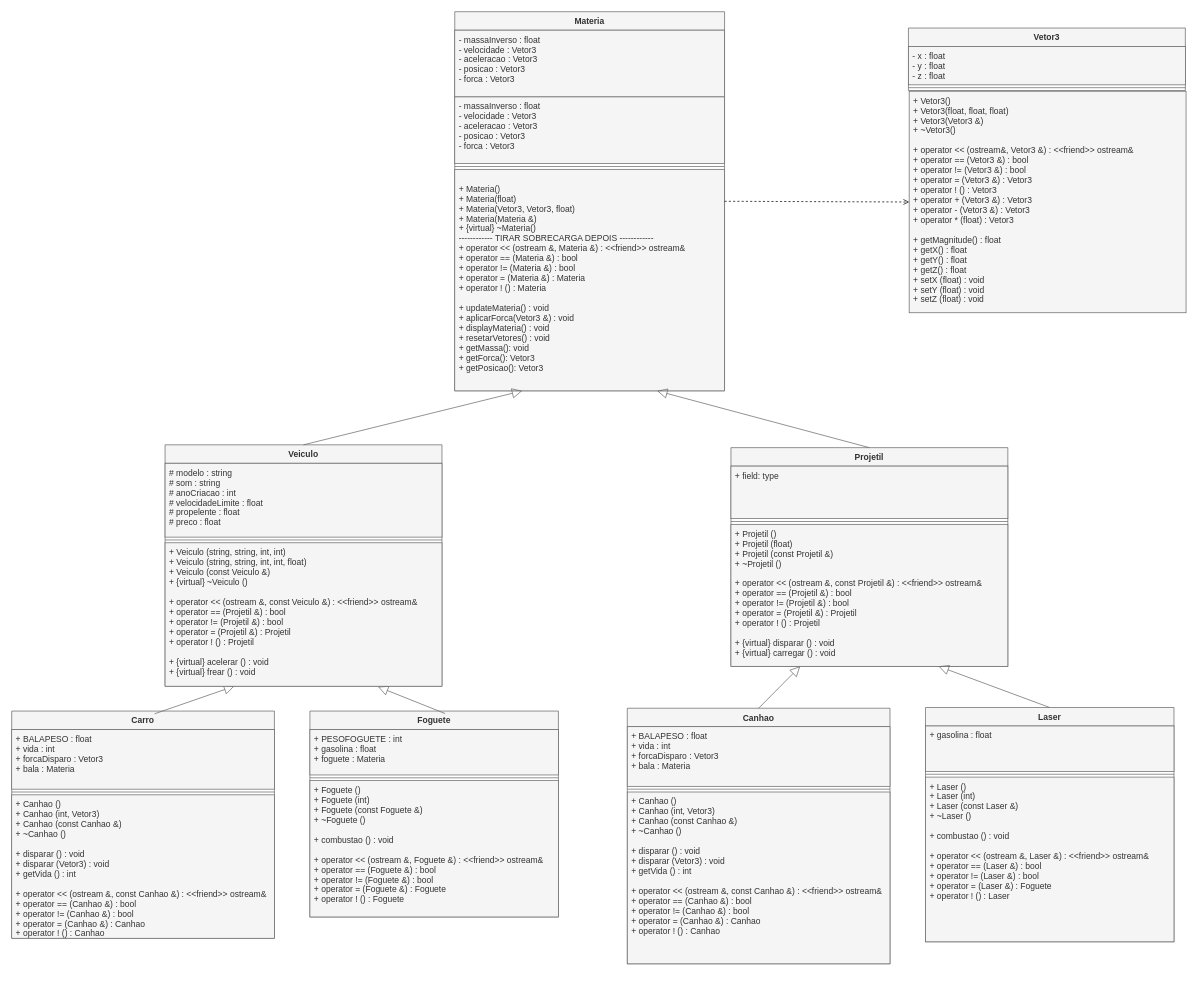
The draw.io diagram diagrama de classes engine.drawio in BrunoEiki/EngineFisica, before the edit. Source tidied: cells renumbered, new cells numbered last; positions are measured from the earlier drawing's top-left corner, leaving out a move shared by most shapes. Both pictures are drawn from the tidied source at 71%, with x=0, y=0 at pixel (11, 11).
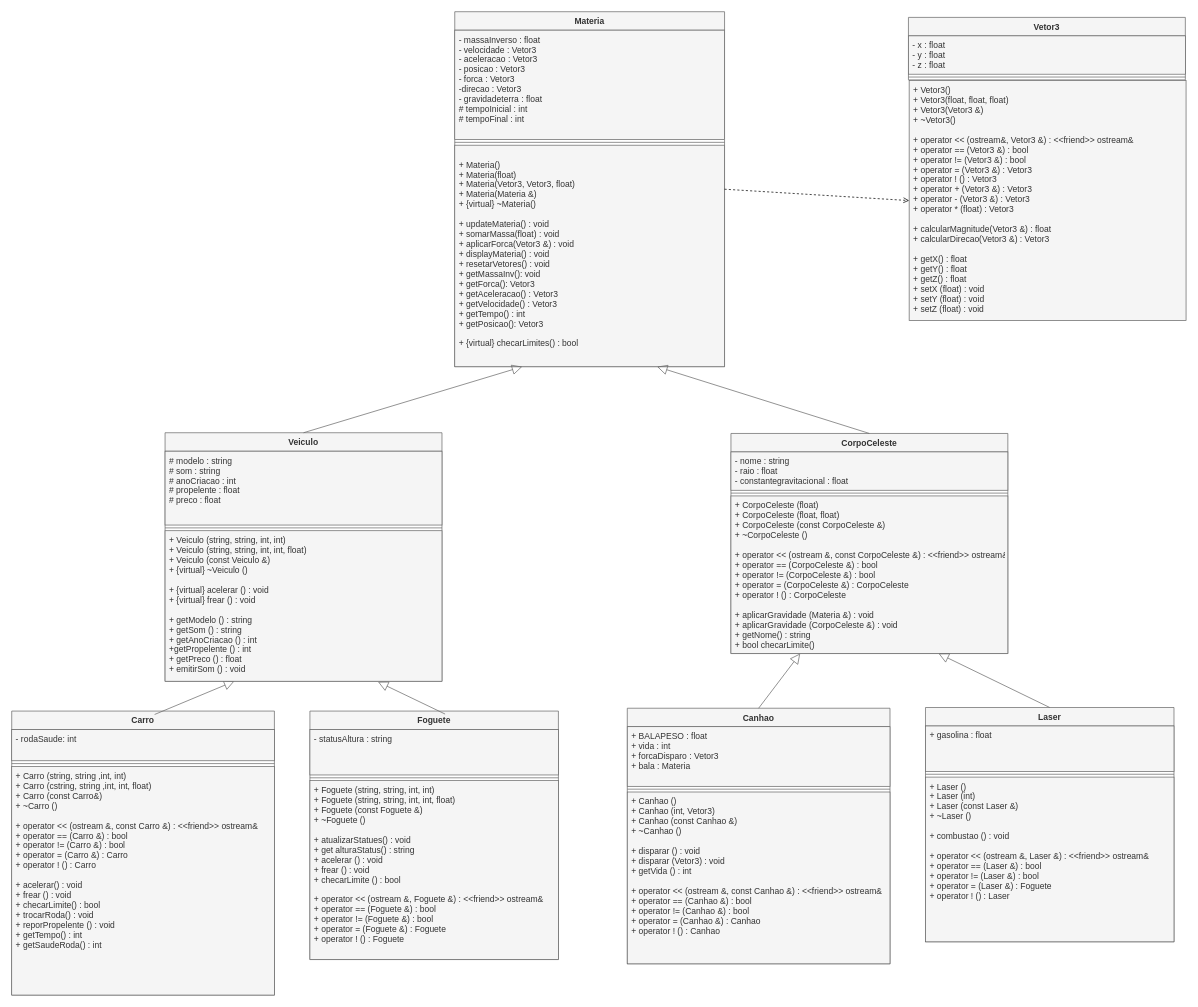
The same page after the edit.

The edit, as a diff of the source:
```diff
@@
     <mxCell id="2" value="Vetor3" style="swimlane;fontStyle=1;align=center;verticalAlign=top;horizontal=1;startSize=26;fillColor=#f5f5f5;fontColor=#333333;strokeColor=#666666;" parent="1" vertex="1">
-      <mxGeometry x="1263" y="23" width="390" height="88" as="geometry" />
+      <mxGeometry x="1263" y="8" width="390" height="88" as="geometry" />
     </mxCell>
@@
     <mxCell id="5" value="Materia&#10;" style="swimlane;fontStyle=1;align=center;verticalAlign=top;horizontal=1;startSize=26;fillColor=#f5f5f5;fontColor=#333333;strokeColor=#666666;" parent="1" vertex="1">
-      <mxGeometry x="624" width="380" height="534" as="geometry" />
+      <mxGeometry x="624" width="380" height="500" as="geometry" />
     </mxCell>
-    <mxCell id="6" value="- massaInverso : float&#10;- velocidade : Vetor3 &#10;- aceleracao : Vetor3&#10;- posicao : Vetor3&#10;- forca : Vetor3" style="text;strokeColor=#666666;fillColor=#f5f5f5;align=left;verticalAlign=top;spacingLeft=4;spacingRight=4;overflow=hidden;fontColor=#333333;" parent="5" vertex="1">
-      <mxGeometry y="26" width="380" height="94" as="geometry" />
+    <mxCell id="6" value="- massaInverso : float&#10;- velocidade : Vetor3 &#10;- aceleracao : Vetor3&#10;- posicao : Vetor3&#10;- forca : Vetor3&#10;-direcao : Vetor3&#10;- gravidadeterra : float&#10;# tempoInicial : int&#10;# tempoFinal : int" style="text;strokeColor=#666666;fillColor=#f5f5f5;align=left;verticalAlign=top;spacingLeft=4;spacingRight=4;overflow=hidden;fontColor=#333333;" parent="5" vertex="1">
+      <mxGeometry y="26" width="380" height="154" as="geometry" />
     </mxCell>
-    <mxCell id="7" value="- massaInverso : float&#10;- velocidade : Vetor3 &#10;- aceleracao : Vetor3&#10;- posicao : Vetor3&#10;- forca : Vetor3" style="text;strokeColor=#666666;fillColor=#f5f5f5;align=left;verticalAlign=top;spacingLeft=4;spacingRight=4;overflow=hidden;fontColor=#333333;" parent="5" vertex="1">
-      <mxGeometry y="120" width="380" height="94" as="geometry" />
-    </mxCell>
     <mxCell id="8" style="line;strokeWidth=1;fillColor=#f5f5f5;align=left;verticalAlign=middle;spacingTop=-1;spacingLeft=3;spacingRight=3;labelPosition=right;strokeColor=#666666;fontColor=#333333;" parent="5" vertex="1">
-      <mxGeometry y="214" width="380" height="8" as="geometry" />
+      <mxGeometry y="180" width="380" height="8" as="geometry" />
     </mxCell>
-    <mxCell id="9" value="&#10;+ Materia()&#10;+ Materia(float)   &#10;+ Materia(Vetor3, Vetor3, float)&#10;+ Materia(Materia &amp;)&#10;+ {virtual} ~Materia()&#10;------------ TIRAR SOBRECARGA DEPOIS ------------&#10;+ operator &lt;&lt; (ostream &amp;, Materia &amp;) : &lt;&lt;friend&gt;&gt; ostream&amp;&#10;+ operator == (Materia &amp;) : bool &#10;+ operator != (Materia &amp;) : bool &#10;+ operator = (Materia &amp;) : Materia&#10;+ operator ! () : Materia&#10;&#10;+ updateMateria() : void&#10;+ aplicarForca(Vetor3 &amp;) : void&#10;+ displayMateria() : void&#10;+ resetarVetores() : void&#10;+ getMassa(): void&#10;+ getForca(): Vetor3&#10;+ getPosicao(): Vetor3&#10;&#10;&#10;&#10;" style="text;strokeColor=#666666;fillColor=#f5f5f5;align=left;verticalAlign=top;spacingLeft=4;spacingRight=4;overflow=hidden;fontColor=#333333;" parent="5" vertex="1">
-      <mxGeometry y="222" width="380" height="312" as="geometry" />
+    <mxCell id="9" value="&#10;+ Materia()&#10;+ Materia(float)   &#10;+ Materia(Vetor3, Vetor3, float)&#10;+ Materia(Materia &amp;)&#10;+ {virtual} ~Materia()&#10;&#10;+ updateMateria() : void&#10;+ somarMassa(float) : void&#10;+ aplicarForca(Vetor3 &amp;) : void&#10;+ displayMateria() : void&#10;+ resetarVetores() : void&#10;+ getMassaInv(): void&#10;+ getForca(): Vetor3&#10;+ getAceleracao() : Vetor3&#10;+ getVelocidade() : Vetor3&#10;+ getTempo() : int&#10;+ getPosicao(): Vetor3&#10;&#10;+ {virtual} checarLimites() : bool&#10;&#10;" style="text;strokeColor=#666666;fillColor=#f5f5f5;align=left;verticalAlign=top;spacingLeft=4;spacingRight=4;overflow=hidden;fontColor=#333333;" parent="5" vertex="1">
+      <mxGeometry y="188" width="380" height="312" as="geometry" />
     </mxCell>
     <mxCell id="10" value="Carro" style="swimlane;fontStyle=1;align=center;verticalAlign=top;horizontal=1;startSize=26;fillColor=#f5f5f5;fontColor=#333333;strokeColor=#666666;" parent="1" vertex="1">
-      <mxGeometry y="985" width="370" height="320" as="geometry" />
+      <mxGeometry y="985" width="370" height="400" as="geometry" />
     </mxCell>
-    <mxCell id="11" value="+ BALAPESO : float &#10;+ vida : int&#10;+ forcaDisparo : Vetor3&#10;+ bala : Materia" style="text;strokeColor=#666666;fillColor=#f5f5f5;align=left;verticalAlign=top;spacingLeft=4;spacingRight=4;overflow=hidden;fontColor=#333333;" parent="10" vertex="1">
-      <mxGeometry y="26" width="370" height="84" as="geometry" />
+    <mxCell id="11" value="- rodaSaude: int" style="text;strokeColor=#666666;fillColor=#f5f5f5;align=left;verticalAlign=top;spacingLeft=4;spacingRight=4;overflow=hidden;fontColor=#333333;" parent="10" vertex="1">
+      <mxGeometry y="26" width="370" height="44" as="geometry" />
     </mxCell>
     <mxCell id="12" style="line;strokeWidth=1;fillColor=#f5f5f5;align=left;verticalAlign=middle;spacingTop=-1;spacingLeft=3;spacingRight=3;labelPosition=right;strokeColor=#666666;fontColor=#333333;" parent="10" vertex="1">
-      <mxGeometry y="110" width="370" height="8" as="geometry" />
+      <mxGeometry y="70" width="370" height="8" as="geometry" />
     </mxCell>
-    <mxCell id="13" value="+ Canhao () &#10;+ Canhao (int, Vetor3)&#10;+ Canhao (const Canhao &amp;)&#10;+ ~Canhao ()&#10;&#10;+ disparar () : void&#10;+ disparar (Vetor3) : void&#10;+ getVida () : int&#10;&#10;+ operator &lt;&lt; (ostream &amp;, const Canhao &amp;) : &lt;&lt;friend&gt;&gt; ostream&amp;&#10;+ operator == (Canhao &amp;) : bool&#10;+ operator != (Canhao &amp;) : bool&#10;+ operator = (Canhao &amp;) : Canhao&#10;+ operator ! () : Canhao" style="text;strokeColor=#666666;fillColor=#f5f5f5;align=left;verticalAlign=top;spacingLeft=4;spacingRight=4;overflow=hidden;fontColor=#333333;" parent="10" vertex="1">
-      <mxGeometry y="118" width="370" height="202" as="geometry" />
+    <mxCell id="13" value="+ Carro (string, string ,int, int)&#10;+ Carro (cstring, string ,int, int, float)&#10;+ Carro (const Carro&amp;)&#10;+ ~Carro ()&#10;&#10;+ operator &lt;&lt; (ostream &amp;, const Carro &amp;) : &lt;&lt;friend&gt;&gt; ostream&amp;&#10;+ operator == (Carro &amp;) : bool&#10;+ operator != (Carro &amp;) : bool&#10;+ operator = (Carro &amp;) : Carro&#10;+ operator ! () : Carro&#10;&#10;+ acelerar() : void &#10;+ frear () : void&#10;+ checarLimite() : bool&#10;+ trocarRoda() : void&#10;+ reporPropelente () : void&#10;+ getTempo() : int&#10;+ getSaudeRoda() : int&#10;&#10;&#10;&#10;&#10;" style="text;strokeColor=#666666;fillColor=#f5f5f5;align=left;verticalAlign=top;spacingLeft=4;spacingRight=4;overflow=hidden;fontColor=#333333;" parent="10" vertex="1">
+      <mxGeometry y="78" width="370" height="322" as="geometry" />
     </mxCell>
@@
     <mxCell id="15" value="Foguete" style="swimlane;fontStyle=1;align=center;verticalAlign=top;horizontal=1;startSize=26;fillColor=#f5f5f5;fontColor=#333333;strokeColor=#666666;" parent="1" vertex="1">
-      <mxGeometry x="420" y="985" width="350" height="290" as="geometry" />
+      <mxGeometry x="420" y="985" width="350" height="350" as="geometry" />
     </mxCell>
-    <mxCell id="16" value="+ PESOFOGUETE : int &#10;+ gasolina : float&#10;+ foguete : Materia" style="text;strokeColor=#666666;fillColor=#f5f5f5;align=left;verticalAlign=top;spacingLeft=4;spacingRight=4;overflow=hidden;fontColor=#333333;" parent="15" vertex="1">
+    <mxCell id="16" value="- statusAltura : string" style="text;strokeColor=#666666;fillColor=#f5f5f5;align=left;verticalAlign=top;spacingLeft=4;spacingRight=4;overflow=hidden;fontColor=#333333;" parent="15" vertex="1">
       <mxGeometry y="26" width="350" height="64" as="geometry" />
     </mxCell>
@@
-    <mxCell id="18" value="+ Foguete () &#10;+ Foguete (int)&#10;+ Foguete (const Foguete &amp;)&#10;+ ~Foguete ()&#10;&#10;+ combustao () : void&#10;&#10;+ operator &lt;&lt; (ostream &amp;, Foguete &amp;) : &lt;&lt;friend&gt;&gt; ostream&amp;&#10;+ operator == (Foguete &amp;) : bool&#10;+ operator != (Foguete &amp;) : bool&#10;+ operator = (Foguete &amp;) : Foguete&#10;+ operator ! () : Foguete" style="text;strokeColor=#666666;fillColor=#f5f5f5;align=left;verticalAlign=top;spacingLeft=4;spacingRight=4;overflow=hidden;fontColor=#333333;" parent="15" vertex="1">
-      <mxGeometry y="98" width="350" height="192" as="geometry" />
+    <mxCell id="18" value="+ Foguete (string, string, int, int) &#10;+ Foguete (string, string, int, int, float)&#10;+ Foguete (const Foguete &amp;)&#10;+ ~Foguete ()&#10;&#10;+ atualizarStatues() : void&#10;+ get alturaStatus() : string&#10;+ acelerar () : void&#10;+ frear () : void&#10;+ checarLimite () : bool&#10;&#10;+ operator &lt;&lt; (ostream &amp;, Foguete &amp;) : &lt;&lt;friend&gt;&gt; ostream&amp;&#10;+ operator == (Foguete &amp;) : bool&#10;+ operator != (Foguete &amp;) : bool&#10;+ operator = (Foguete &amp;) : Foguete&#10;+ operator ! () : Foguete" style="text;strokeColor=#666666;fillColor=#f5f5f5;align=left;verticalAlign=top;spacingLeft=4;spacingRight=4;overflow=hidden;fontColor=#333333;" parent="15" vertex="1">
+      <mxGeometry y="98" width="350" height="252" as="geometry" />
     </mxCell>
@@
-    <mxCell id="20" value="+ Vetor3()&#10;+ Vetor3(float, float, float)&#10;+ Vetor3(Vetor3 &amp;)&#10;+ ~Vetor3()&#10;&#10;+ operator &lt;&lt; (ostream&amp;, Vetor3 &amp;) :  &lt;&lt;friend&gt;&gt; ostream&amp;&#10;+ operator == (Vetor3 &amp;) : bool &#10;+ operator != (Vetor3 &amp;) : bool    &#10;+ operator = (Vetor3 &amp;) : Vetor3&#10;+ operator ! () : Vetor3 &#10;+ operator + (Vetor3 &amp;) : Vetor3&#10;+ operator - (Vetor3 &amp;) : Vetor3 &#10;+ operator * (float) : Vetor3 &#10;&#10;+ getMagnitude() : float&#10;+ getX() : float&#10;+ getY() : float&#10;+ getZ() : float  &#10;+ setX (float) : void&#10;+ setY (float) : void&#10;+ setZ (float) : void&#10;&#10;" style="text;strokeColor=#666666;fillColor=#f5f5f5;align=left;verticalAlign=top;spacingLeft=4;spacingRight=4;overflow=hidden;points=[[0,0.5],[1,0.5]];portConstraint=eastwest;fontColor=#333333;" parent="1" vertex="1">
-      <mxGeometry x="1264" y="112" width="390" height="312" as="geometry" />
+    <mxCell id="20" value="+ Vetor3()&#10;+ Vetor3(float, float, float)&#10;+ Vetor3(Vetor3 &amp;)&#10;+ ~Vetor3()&#10;&#10;+ operator &lt;&lt; (ostream&amp;, Vetor3 &amp;) :  &lt;&lt;friend&gt;&gt; ostream&amp;&#10;+ operator == (Vetor3 &amp;) : bool &#10;+ operator != (Vetor3 &amp;) : bool    &#10;+ operator = (Vetor3 &amp;) : Vetor3&#10;+ operator ! () : Vetor3 &#10;+ operator + (Vetor3 &amp;) : Vetor3&#10;+ operator - (Vetor3 &amp;) : Vetor3 &#10;+ operator * (float) : Vetor3 &#10;&#10;+ calcularMagnitude(Vetor3 &amp;) : float&#10;+ calcularDirecao(Vetor3 &amp;) : Vetor3 &#10;&#10;+ getX() : float&#10;+ getY() : float&#10;+ getZ() : float  &#10;+ setX (float) : void&#10;+ setY (float) : void&#10;+ setZ (float) : void&#10;&#10;" style="text;strokeColor=#666666;fillColor=#f5f5f5;align=left;verticalAlign=top;spacingLeft=4;spacingRight=4;overflow=hidden;points=[[0,0.5],[1,0.5]];portConstraint=eastwest;fontColor=#333333;" parent="1" vertex="1">
+      <mxGeometry x="1264" y="97" width="390" height="338" as="geometry" />
     </mxCell>
@@
     <mxCell id="22" value="Veiculo&#10;" style="swimlane;fontStyle=1;align=center;verticalAlign=top;horizontal=1;startSize=26;fillColor=#f5f5f5;fontColor=#333333;strokeColor=#666666;" parent="1" vertex="1">
-      <mxGeometry x="216" y="610" width="390" height="340" as="geometry" />
+      <mxGeometry x="216" y="593" width="390" height="350" as="geometry" />
     </mxCell>
-    <mxCell id="23" value="# modelo : string&#10;# som : string&#10;# anoCriacao : int &#10;# velocidadeLimite : float&#10;# propelente : float &#10;# preco : float" style="text;strokeColor=#666666;fillColor=#f5f5f5;align=left;verticalAlign=top;spacingLeft=4;spacingRight=4;overflow=hidden;fontColor=#333333;" parent="22" vertex="1">
+    <mxCell id="23" value="# modelo : string&#10;# som : string&#10;# anoCriacao : int &#10;# propelente : float &#10;# preco : float" style="text;strokeColor=#666666;fillColor=#f5f5f5;align=left;verticalAlign=top;spacingLeft=4;spacingRight=4;overflow=hidden;fontColor=#333333;" parent="22" vertex="1">
       <mxGeometry y="26" width="390" height="104" as="geometry" />
     </mxCell>
@@
-    <mxCell id="25" value="+ Veiculo (string, string, int, int) &#10;+ Veiculo (string, string, int, int, float)&#10;+ Veiculo (const Veiculo &amp;)&#10;+ {virtual} ~Veiculo ()&#10;&#10;+ operator &lt;&lt; (ostream &amp;, const Veiculo &amp;) : &lt;&lt;friend&gt;&gt; ostream&amp;&#10;+ operator == (Projetil &amp;) : bool&#10;+ operator != (Projetil &amp;) : bool&#10;+ operator = (Projetil &amp;) : Projetil&#10;+ operator ! () : Projetil&#10;&#10;+ {virtual} acelerar () : void&#10;+ {virtual} frear () : void" style="text;strokeColor=#666666;fillColor=#f5f5f5;align=left;verticalAlign=top;spacingLeft=4;spacingRight=4;overflow=hidden;points=[[0,0.5],[1,0.5]];portConstraint=eastwest;fontColor=#333333;" parent="22" vertex="1">
-      <mxGeometry y="138" width="390" height="202" as="geometry" />
+    <mxCell id="25" value="+ Veiculo (string, string, int, int) &#10;+ Veiculo (string, string, int, int, float)&#10;+ Veiculo (const Veiculo &amp;)&#10;+ {virtual} ~Veiculo ()&#10;&#10;+ {virtual} acelerar () : void&#10;+ {virtual} frear () : void&#10;&#10;+ getModelo () : string&#10;+ getSom () : string&#10;+ getAnoCriacao () : int&#10;+getPropelente () : int&#10;+ getPreco () : float&#10;+ emitirSom () : void" style="text;strokeColor=#666666;fillColor=#f5f5f5;align=left;verticalAlign=top;spacingLeft=4;spacingRight=4;overflow=hidden;points=[[0,0.5],[1,0.5]];portConstraint=eastwest;fontColor=#333333;" parent="22" vertex="1">
+      <mxGeometry y="138" width="390" height="212" as="geometry" />
     </mxCell>
@@
-    <mxCell id="27" value="Projetil" style="swimlane;fontStyle=1;align=center;verticalAlign=top;horizontal=1;startSize=26;fillColor=#f5f5f5;fontColor=#333333;strokeColor=#666666;" parent="1" vertex="1">
-      <mxGeometry x="1013" y="614" width="390" height="308" as="geometry" />
+    <mxCell id="27" value="CorpoCeleste" style="swimlane;fontStyle=1;align=center;verticalAlign=top;horizontal=1;startSize=26;fillColor=#f5f5f5;fontColor=#333333;strokeColor=#666666;" parent="1" vertex="1">
+      <mxGeometry x="1013" y="594" width="390" height="310" as="geometry" />
     </mxCell>
-    <mxCell id="28" value="+ field: type" style="text;strokeColor=#666666;fillColor=#f5f5f5;align=left;verticalAlign=top;spacingLeft=4;spacingRight=4;overflow=hidden;fontColor=#333333;" parent="27" vertex="1">
-      <mxGeometry y="26" width="390" height="74" as="geometry" />
+    <mxCell id="28" value="- nome : string&#10;- raio : float&#10;- constantegravitacional : float" style="text;strokeColor=#666666;fillColor=#f5f5f5;align=left;verticalAlign=top;spacingLeft=4;spacingRight=4;overflow=hidden;fontColor=#333333;" parent="27" vertex="1">
+      <mxGeometry y="26" width="390" height="54" as="geometry" />
     </mxCell>
     <mxCell id="29" style="line;strokeWidth=1;fillColor=#f5f5f5;align=left;verticalAlign=middle;spacingTop=-1;spacingLeft=3;spacingRight=3;labelPosition=right;fontColor=#333333;strokeColor=#666666;" parent="27" vertex="1">
-      <mxGeometry y="100" width="390" height="8" as="geometry" />
+      <mxGeometry y="80" width="390" height="8" as="geometry" />
     </mxCell>
-    <mxCell id="30" value="+ Projetil () &#10;+ Projetil (float)&#10;+ Projetil (const Projetil &amp;)&#10;+ ~Projetil ()&#10;&#10;+ operator &lt;&lt; (ostream &amp;, const Projetil &amp;) : &lt;&lt;friend&gt;&gt; ostream&amp;&#10;+ operator == (Projetil &amp;) : bool&#10;+ operator != (Projetil &amp;) : bool&#10;+ operator = (Projetil &amp;) : Projetil&#10;+ operator ! () : Projetil&#10;&#10;+ {virtual} disparar () : void&#10;+ {virtual} carregar () : void" style="text;strokeColor=#666666;fillColor=#f5f5f5;align=left;verticalAlign=top;spacingLeft=4;spacingRight=4;overflow=hidden;fontColor=#333333;" parent="27" vertex="1">
-      <mxGeometry y="108" width="390" height="200" as="geometry" />
+    <mxCell id="30" value="+ CorpoCeleste (float) &#10;+ CorpoCeleste (float, float)&#10;+ CorpoCeleste (const CorpoCeleste &amp;)&#10;+ ~CorpoCeleste ()&#10;&#10;+ operator &lt;&lt; (ostream &amp;, const CorpoCeleste &amp;) : &lt;&lt;friend&gt;&gt; ostream&amp;&#10;+ operator == (CorpoCeleste &amp;) : bool&#10;+ operator != (CorpoCeleste &amp;) : bool&#10;+ operator = (CorpoCeleste &amp;) : CorpoCeleste&#10;+ operator ! () : CorpoCeleste&#10;&#10;+ aplicarGravidade (Materia &amp;) : void&#10;+ aplicarGravidade (CorpoCeleste &amp;) : void&#10;+ getNome() : string&#10;+ bool checarLimite()" style="text;strokeColor=#666666;fillColor=#f5f5f5;align=left;verticalAlign=top;spacingLeft=4;spacingRight=4;overflow=hidden;fontColor=#333333;" parent="27" vertex="1">
+      <mxGeometry y="88" width="390" height="222" as="geometry" />
     </mxCell>
```
